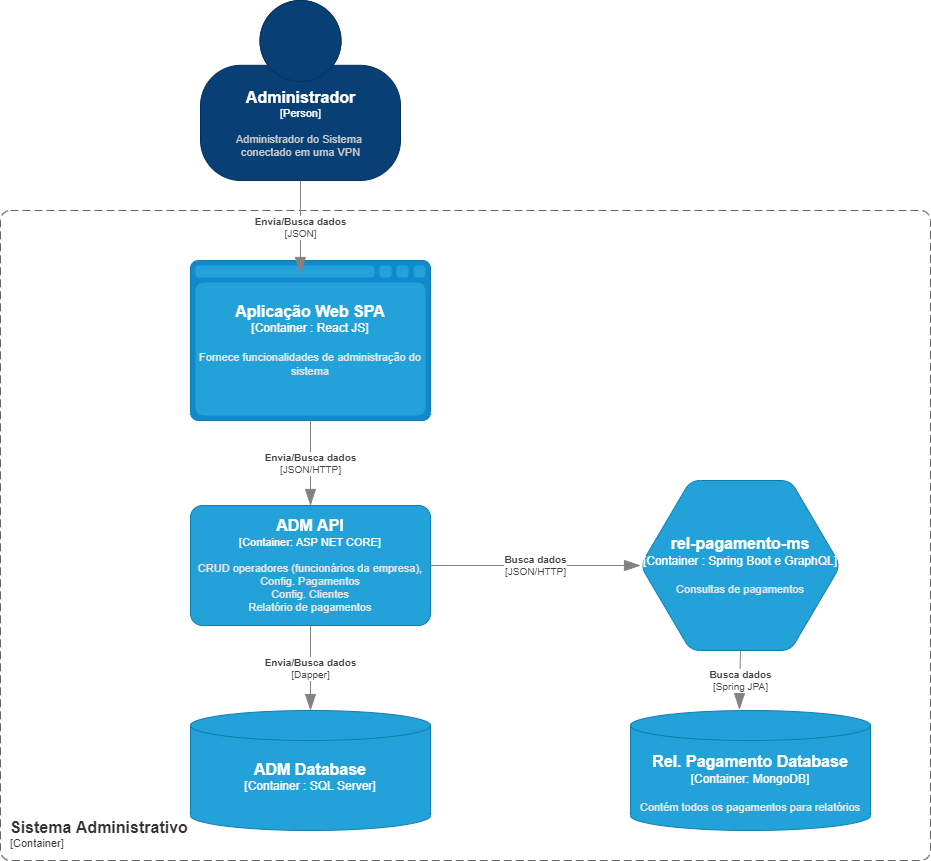
Earlier version of the draw.io export Container_Administrador.drawio.png (felipesalvadordev/payment-system-architecture-C4). Source tidied: cells renumbered, new cells last; positions are measured from the earlier drawing's top-left corner, leaving out a move shared by most shapes.
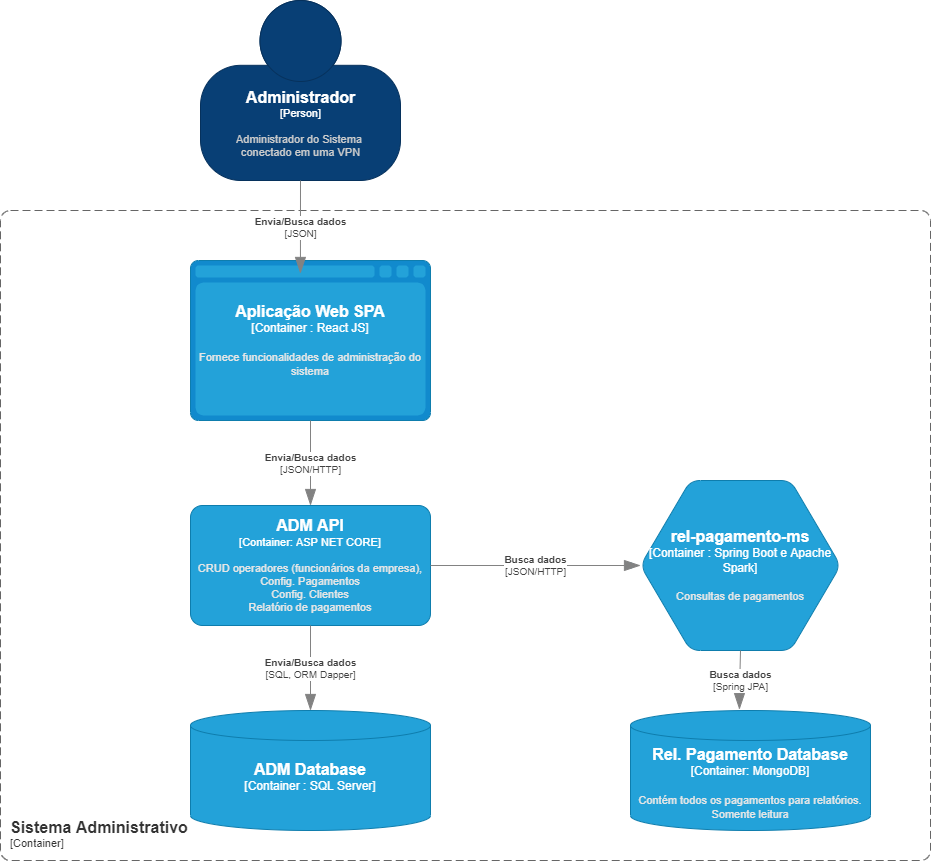
The same file after the commit.

What changed in the source:
```diff
@@ -17,7 +17,7 @@
         <mxGeometry x="190" y="710" width="240" height="120" as="geometry" />
       </mxCell>
     </object>
-    <object id="5" label="&lt;font style=&quot;font-size: 16px&quot;&gt;&lt;b&gt;%c4Type%&lt;/font&gt;&lt;div&gt;[%c4Container%:&amp;nbsp;%c4Technology%]&lt;/div&gt;&lt;br&gt;&lt;div&gt;&lt;font style=&quot;font-size: 11px&quot;&gt;&lt;font color=&quot;#E6E6E6&quot;&gt;%c4Description%&lt;/font&gt;&lt;/div&gt;" c4Container="Container" c4Description="Contém todos os pagamentos para relatórios" c4Technology="MongoDB" c4Type="Rel. Pagamento Database" placeholders="1">
+    <object id="5" label="&lt;font style=&quot;font-size: 16px&quot;&gt;&lt;b&gt;%c4Type%&lt;/font&gt;&lt;div&gt;[%c4Container%:&amp;nbsp;%c4Technology%]&lt;/div&gt;&lt;br&gt;&lt;div&gt;&lt;font style=&quot;font-size: 11px&quot;&gt;&lt;font color=&quot;#E6E6E6&quot;&gt;%c4Description%&lt;/font&gt;&lt;/div&gt;" c4Container="Container" c4Description="Contém todos os pagamentos para relatórios.&#10;Somente leitura" c4Technology="MongoDB" c4Type="Rel. Pagamento Database" placeholders="1">
       <mxCell style="shape=cylinder3;size=15;whiteSpace=wrap;html=1;boundedLbl=1;rounded=0;labelBackgroundColor=none;fillColor=#23A2D9;fontSize=12;fontColor=#ffffff;align=center;strokeColor=#0E7DAD;points=[[0.5,0,0],[1,0.25,0],[1,0.5,0],[1,0.75,0],[0.5,1,0],[0,0.75,0],[0,0.5,0],[0,0.25,0]];" parent="1" vertex="1">
         <mxGeometry x="630" y="710" width="240" height="120" as="geometry" />
       </mxCell>
@@ -27,7 +27,7 @@
         <mxGeometry y="210" width="930" height="650" as="geometry" />
       </mxCell>
     </object>
-    <object id="7" label="&lt;font style=&quot;font-size: 16px&quot;&gt;&lt;b&gt;%c4Type%&lt;/font&gt;&lt;div&gt;[%c4Container%:&amp;nbsp;%c4Technology%]&lt;/div&gt;&lt;br&gt;&lt;div&gt;&lt;font style=&quot;font-size: 11px&quot;&gt;&lt;font color=&quot;#E6E6E6&quot;&gt;%c4Description%&lt;/font&gt;&lt;/div&gt;" c4Container="Container " c4Description="Consultas de pagamentos" c4Technology="Spring Boot e GraphQL" c4Type="rel-pagamento-ms" placeholders="1">
+    <object id="7" label="&lt;font style=&quot;font-size: 16px&quot;&gt;&lt;b&gt;%c4Type%&lt;/font&gt;&lt;div&gt;[%c4Container%:&amp;nbsp;%c4Technology%]&lt;/div&gt;&lt;br&gt;&lt;div&gt;&lt;font style=&quot;font-size: 11px&quot;&gt;&lt;font color=&quot;#E6E6E6&quot;&gt;%c4Description%&lt;/font&gt;&lt;/div&gt;" c4Container="Container " c4Description="Consultas de pagamentos" c4Technology="Spring Boot e Apache Spark" c4Type="rel-pagamento-ms" placeholders="1">
       <mxCell style="shape=hexagon;size=50;perimeter=hexagonPerimeter2;whiteSpace=wrap;html=1;fixedSize=1;rounded=1;labelBackgroundColor=none;fillColor=#23A2D9;fontSize=12;fontColor=#ffffff;align=center;strokeColor=#0E7DAD;points=[[0.5,0,0],[1,0.25,0],[1,0.5,0],[1,0.75,0],[0.5,1,0],[0,0.75,0],[0,0.5,0],[0,0.25,0]];" parent="1" vertex="1">
         <mxGeometry x="640" y="480" width="200" height="170" as="geometry" />
       </mxCell>
@@ -45,7 +45,7 @@
         <mxGeometry relative="1" as="geometry" />
       </mxCell>
     </object>
-    <object id="11" label="&lt;div style=&quot;text-align: left&quot;&gt;&lt;div style=&quot;text-align: center&quot;&gt;&lt;b&gt;%c4Description%&lt;/b&gt;&lt;/div&gt;&lt;div style=&quot;text-align: center&quot;&gt;[%c4Technology%]&lt;/div&gt;&lt;/div&gt;" c4Description="Envia/Busca dados" c4Technology="Dapper" c4Type="Relationship" placeholders="1">
+    <object id="11" label="&lt;div style=&quot;text-align: left&quot;&gt;&lt;div style=&quot;text-align: center&quot;&gt;&lt;b&gt;%c4Description%&lt;/b&gt;&lt;/div&gt;&lt;div style=&quot;text-align: center&quot;&gt;[%c4Technology%]&lt;/div&gt;&lt;/div&gt;" c4Description="Envia/Busca dados" c4Technology="SQL, ORM Dapper" c4Type="Relationship" placeholders="1">
       <mxCell style="endArrow=blockThin;html=1;fontSize=10;fontColor=#404040;strokeWidth=1;endFill=1;strokeColor=#828282;elbow=vertical;endSize=14;startSize=14;jumpStyle=arc;jumpSize=16;rounded=0;edgeStyle=orthogonalEdgeStyle;" parent="1" edge="1" source="8" target="4">
         <mxGeometry relative="1" as="geometry" />
       </mxCell>
```
